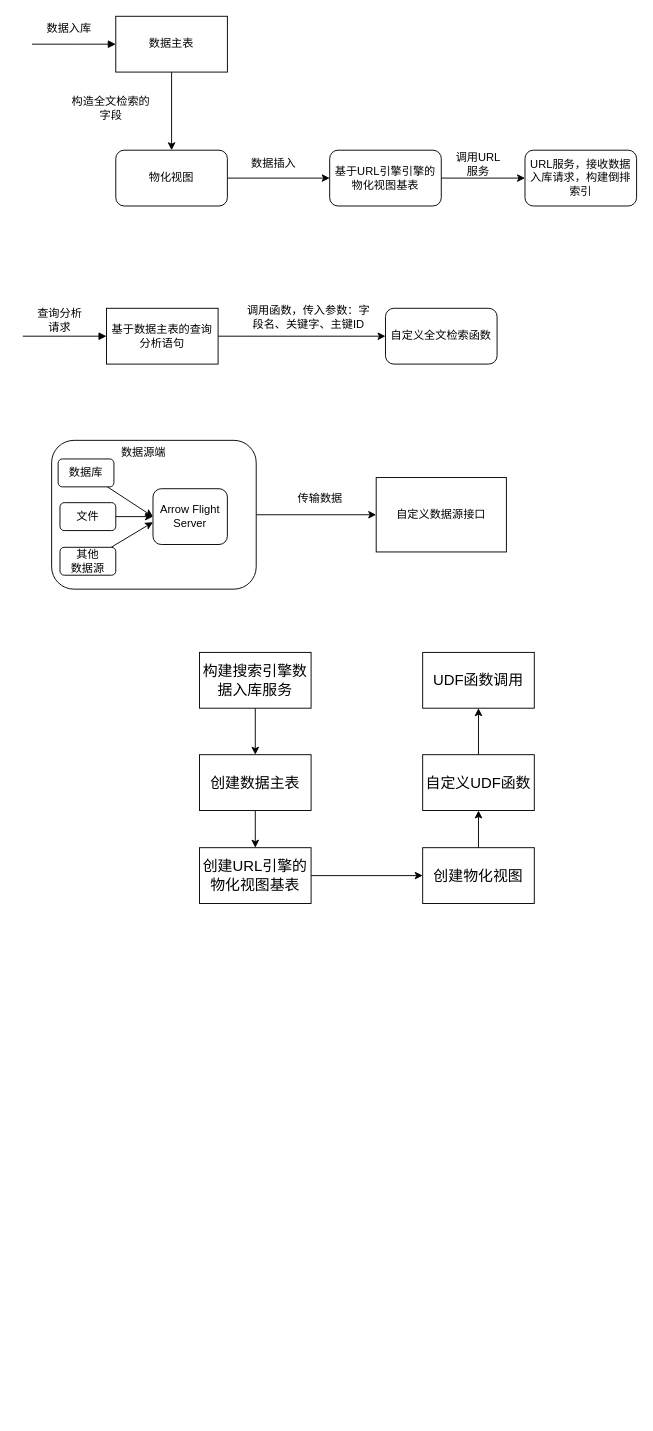
The draw.io diagram page "第 3 页" (3 of 4) of dame2024/zl.drawio in zcw5116/drawIO, before the edit. Source tidied: cells renumbered, new cells numbered last; positions are measured from the earlier drawing's top-left corner, leaving out a move shared by most shapes. Both pictures are drawn from the tidied source at 93%, with x=0, y=0 at pixel (22, 16).
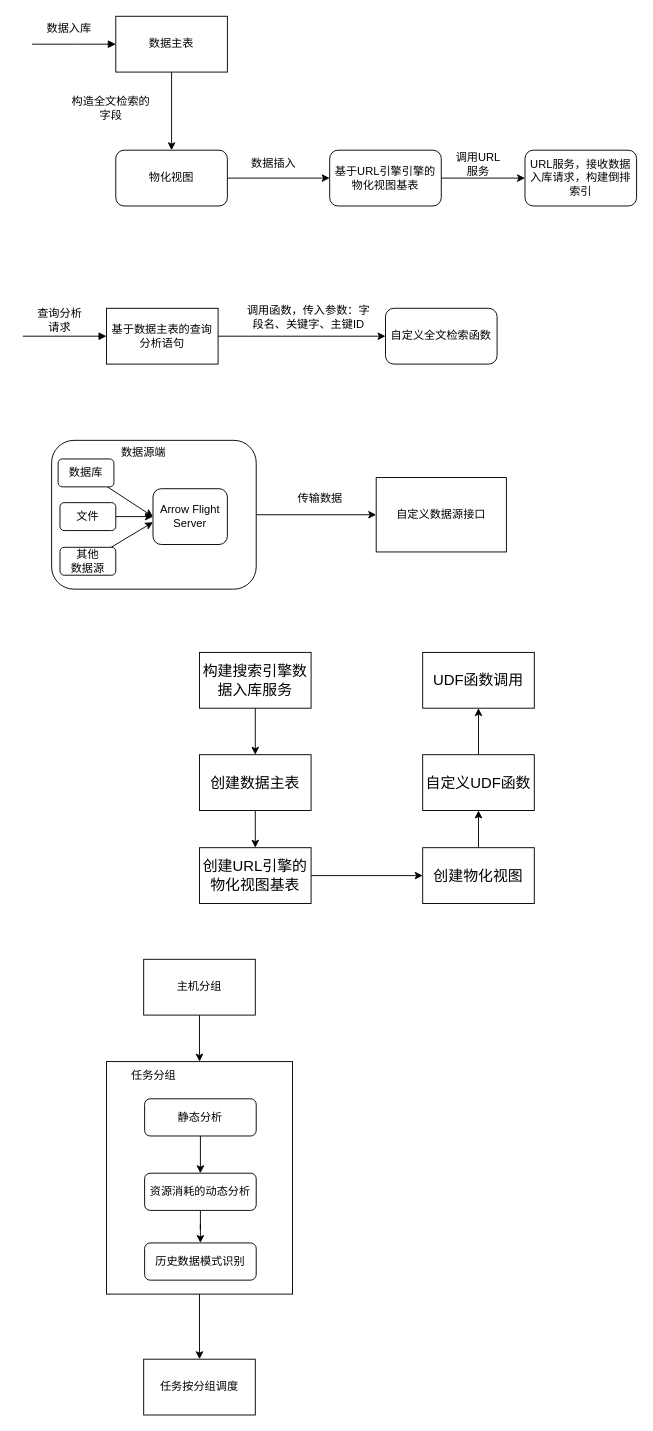
Above is the later version.

Change to the diagram source:
```diff
@@
+    <mxCell id="43" style="edgeStyle=orthogonalEdgeStyle;rounded=0;jettySize=auto;html=1;entryX=0.5;entryY=0;entryDx=0;entryDy=0;" parent="1" edge="1" source="44" target="46">
+      <mxGeometry relative="1" as="geometry" />
+    </mxCell>
+    <mxCell id="44" value="主机分组" style="rounded=0;whiteSpace=wrap;html=1;" parent="1" vertex="1">
+      <mxGeometry x="130" y="1014" width="120" height="60" as="geometry" />
+    </mxCell>
+    <mxCell id="45" style="edgeStyle=orthogonalEdgeStyle;rounded=0;jettySize=auto;html=1;entryX=0.5;entryY=0;entryDx=0;entryDy=0;" parent="1" edge="1" source="46" target="47">
+      <mxGeometry relative="1" as="geometry" />
+    </mxCell>
+    <mxCell id="46" style="rounded=0;whiteSpace=wrap;html=1;" parent="1" vertex="1">
+      <mxGeometry x="90" y="1124" width="200" height="250" as="geometry" />
+    </mxCell>
+    <mxCell id="47" value="任务按分组调度" style="rounded=0;whiteSpace=wrap;html=1;" parent="1" vertex="1">
+      <mxGeometry x="130" y="1444" width="120" height="60" as="geometry" />
+    </mxCell>
+    <mxCell id="48" style="edgeStyle=orthogonalEdgeStyle;rounded=0;jettySize=auto;html=1;entryX=0.5;entryY=0;entryDx=0;entryDy=0;" parent="1" edge="1" source="49" target="51">
+      <mxGeometry relative="1" as="geometry" />
+    </mxCell>
+    <mxCell id="49" value="静态分析" style="rounded=1;whiteSpace=wrap;html=1;" parent="1" vertex="1">
+      <mxGeometry x="131" y="1164" width="120" height="40" as="geometry" />
+    </mxCell>
+    <mxCell id="50" style="edgeStyle=orthogonalEdgeStyle;rounded=0;jettySize=auto;html=1;entryX=0.5;entryY=0;entryDx=0;entryDy=0;" parent="1" edge="1" source="51" target="52">
+      <mxGeometry relative="1" as="geometry" />
+    </mxCell>
+    <mxCell id="51" value="资源消耗的动态分析" style="rounded=1;whiteSpace=wrap;html=1;" parent="1" vertex="1">
+      <mxGeometry x="131" y="1244" width="120" height="40" as="geometry" />
+    </mxCell>
+    <mxCell id="52" value="历史数据模式识别" style="rounded=1;whiteSpace=wrap;html=1;" parent="1" vertex="1">
+      <mxGeometry x="131" y="1319" width="120" height="40" as="geometry" />
+    </mxCell>
+    <mxCell id="53" value="任务分组" style="text;html=1;align=center;verticalAlign=middle;whiteSpace=wrap;rounded=0;" parent="1" vertex="1">
+      <mxGeometry x="111" y="1124" width="60" height="30" as="geometry" />
+    </mxCell>
```
